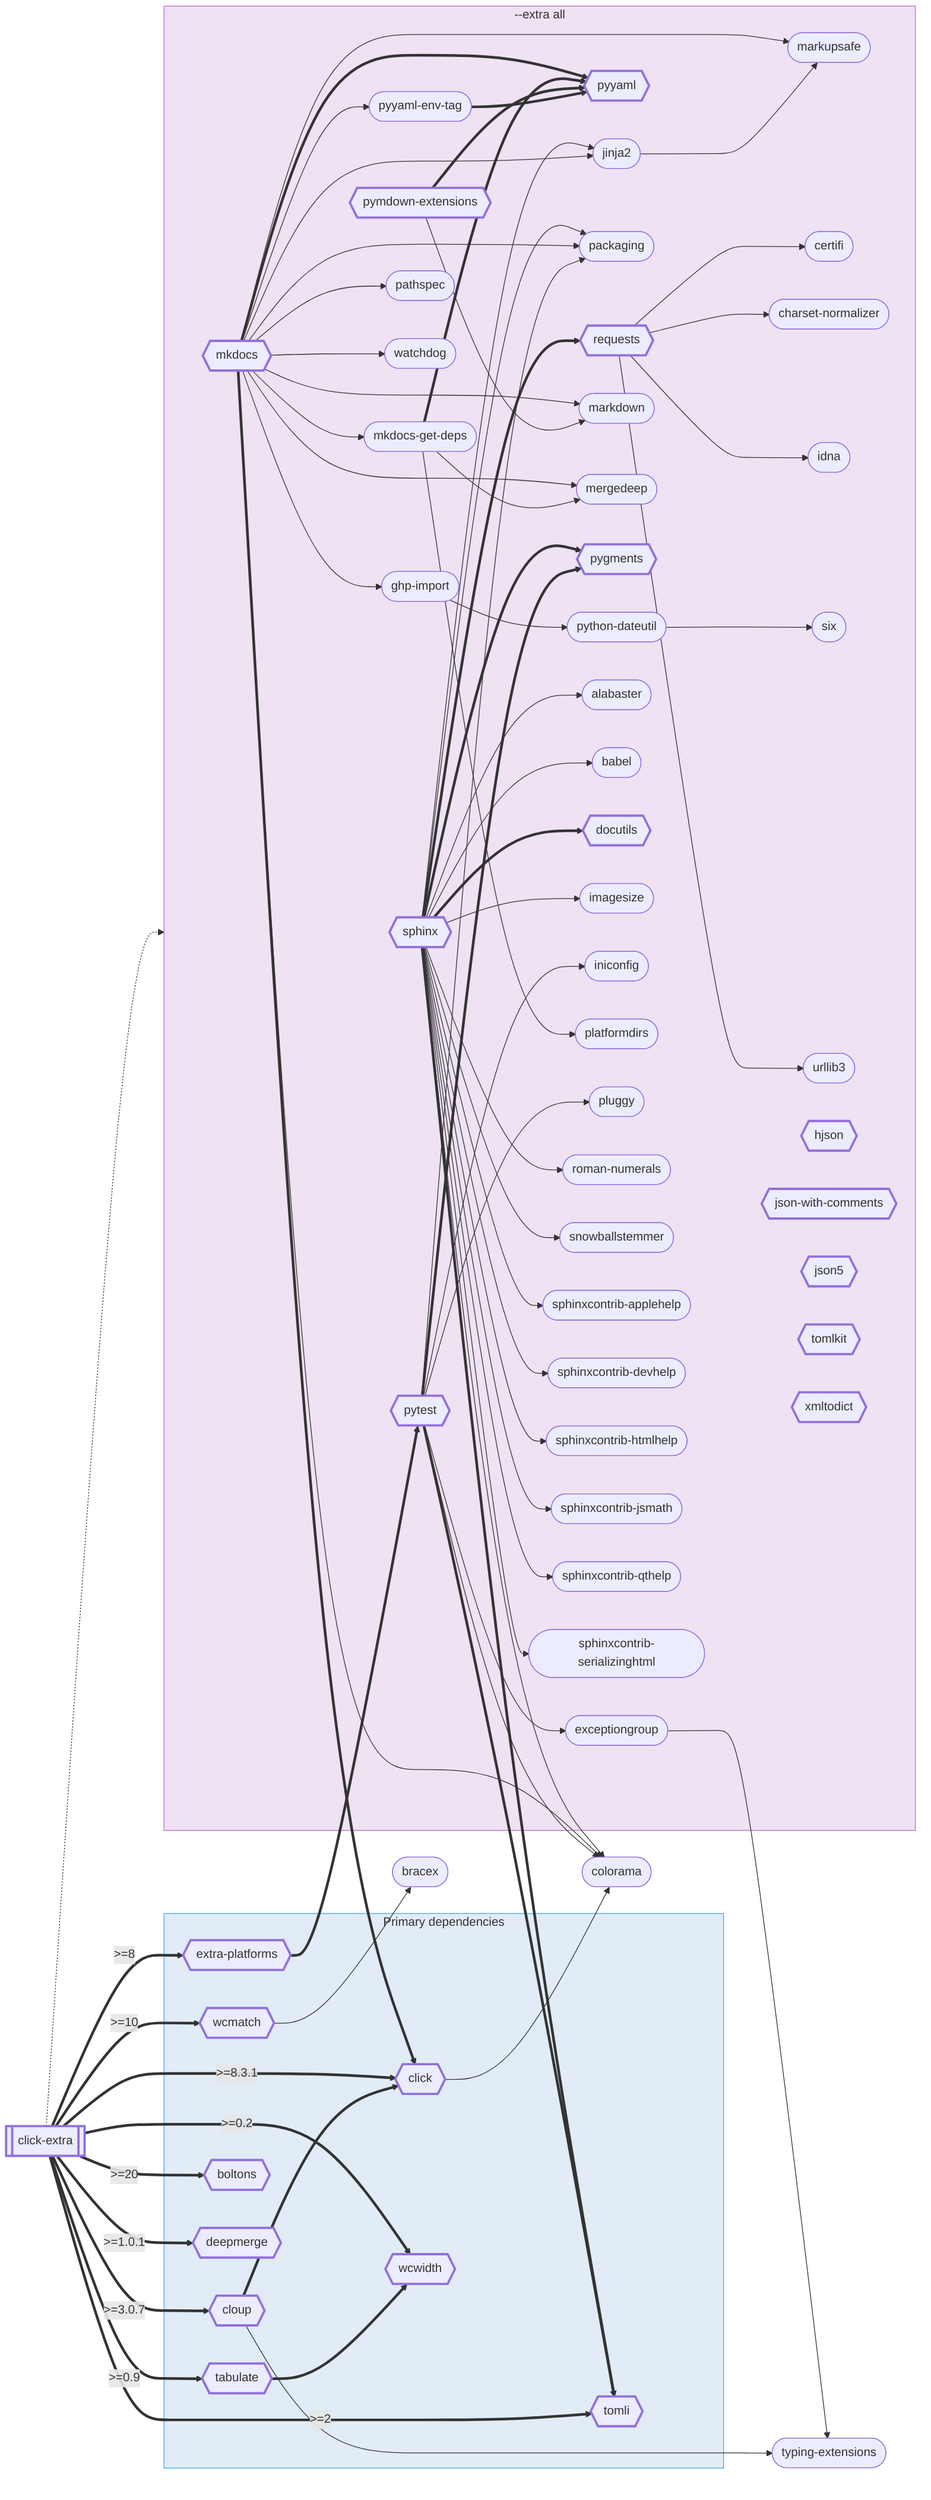
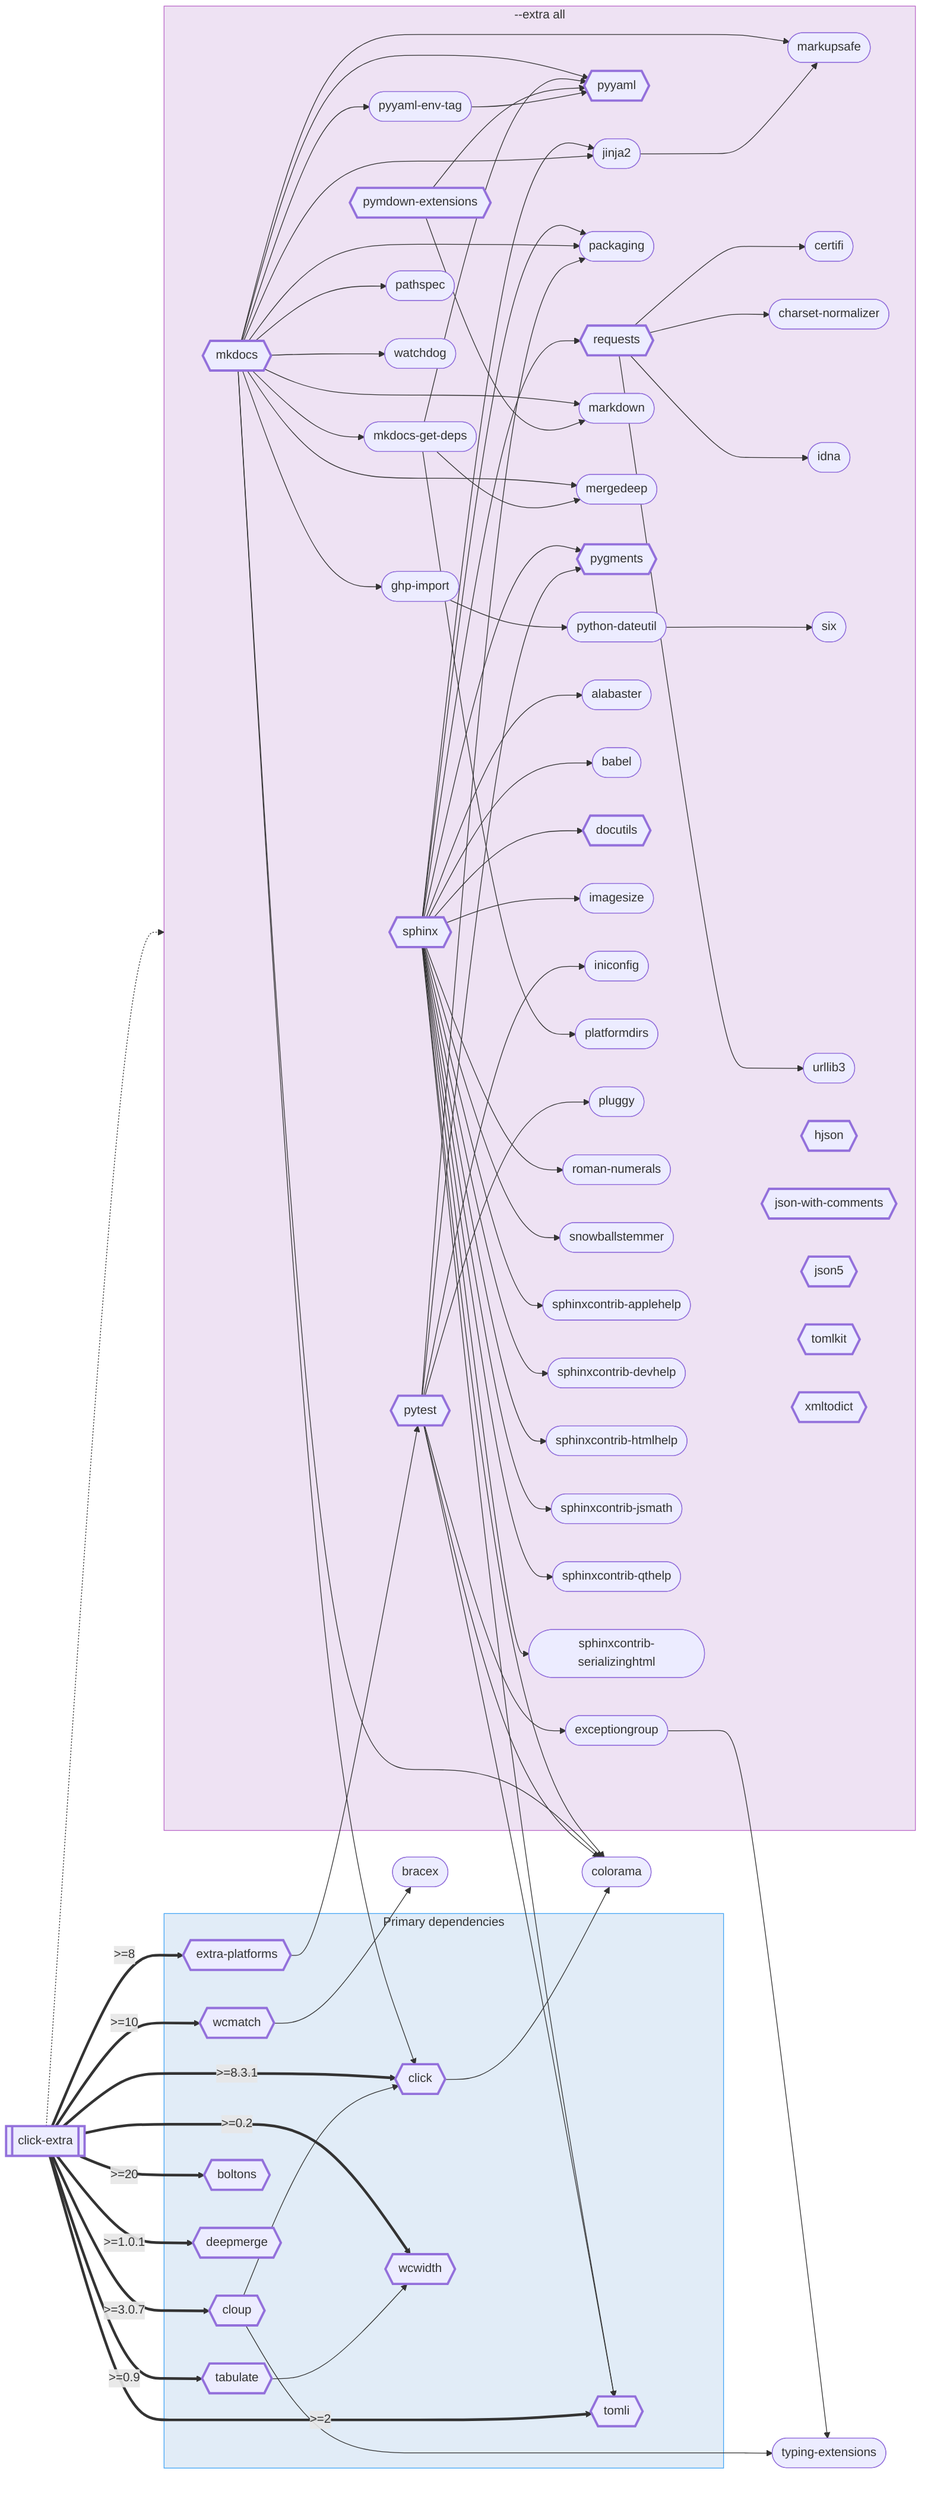
flowchart LR
    click_extra[["`click-extra`"]]

    subgraph primary-deps [Primary dependencies]
        extra_platforms{{"`extra-platforms`"}}
        cloup{{"`cloup`"}}
        click_0{{"`click`"}}
        tabulate{{"`tabulate`"}}
        wcmatch{{"`wcmatch`"}}
        tomli{{"`tomli`"}}
        wcwidth{{"`wcwidth`"}}
        boltons{{"`boltons`"}}
        deepmerge{{"`deepmerge`"}}
    end

    colorama(["`colorama`"])
    typing_extensions(["`typing-extensions`"])
    bracex(["`bracex`"])

    subgraph ext_all [--extra all]
        sphinx{{"`sphinx`"}}
        mkdocs{{"`mkdocs`"}}
        pytest{{"`pytest`"}}
        requests{{"`requests`"}}
        mkdocs_get_deps(["`mkdocs-get-deps`"])
        pyyaml{{"`pyyaml`"}}
        jinja2(["`jinja2`"])
        packaging(["`packaging`"])
        exceptiongroup(["`exceptiongroup`"])
        ghp_import(["`ghp-import`"])
        markdown(["`markdown`"])
        markupsafe(["`markupsafe`"])
        mergedeep(["`mergedeep`"])
        pygments{{"`pygments`"}}
        pymdown_extensions{{"`pymdown-extensions`"}}
        python_dateutil(["`python-dateutil`"])
        pyyaml_env_tag(["`pyyaml-env-tag`"])
        alabaster(["`alabaster`"])
        babel(["`babel`"])
        certifi(["`certifi`"])
        charset_normalizer(["`charset-normalizer`"])
        docutils{{"`docutils`"}}
        idna(["`idna`"])
        imagesize(["`imagesize`"])
        iniconfig(["`iniconfig`"])
        pathspec(["`pathspec`"])
        platformdirs(["`platformdirs`"])
        pluggy(["`pluggy`"])
        roman_numerals(["`roman-numerals`"])
        six(["`six`"])
        snowballstemmer(["`snowballstemmer`"])
        sphinxcontrib_applehelp(["`sphinxcontrib-applehelp`"])
        sphinxcontrib_devhelp(["`sphinxcontrib-devhelp`"])
        sphinxcontrib_htmlhelp(["`sphinxcontrib-htmlhelp`"])
        sphinxcontrib_jsmath(["`sphinxcontrib-jsmath`"])
        sphinxcontrib_qthelp(["`sphinxcontrib-qthelp`"])
        sphinxcontrib_serializinghtml(["`sphinxcontrib-serializinghtml`"])
        urllib3(["`urllib3`"])
        watchdog(["`watchdog`"])
        hjson{{"`hjson`"}}
        json_with_comments{{"`json-with-comments`"}}
        json5{{"`json5`"}}
        tomlkit{{"`tomlkit`"}}
        xmltodict{{"`xmltodict`"}}
    end

    click_extra ==>|" >=8.3.1 "| click_0
    click_extra ==>|" >=3.0.7 "| cloup
    click_extra ==>|" >=2 "| tomli
    click_extra ==>|" >=8 "| extra_platforms
    click_extra ==>|" >=0.9 "| tabulate
    click_extra ==>|" >=10 "| wcmatch
    click_extra ==>|" >=0.2 "| wcwidth
    click_extra ==>|" >=20 "| boltons
    click_extra ==>|" >=1.0.1 "| deepmerge
-     sphinx ==> requests
+     sphinx --> requests
    sphinx --> colorama
    sphinx --> jinja2
    sphinx --> packaging
-     sphinx ==> pygments
-     sphinx ==> tomli
+     sphinx --> pygments
+     sphinx --> tomli
    sphinx --> alabaster
    sphinx --> babel
-     sphinx ==> docutils
+     sphinx --> docutils
    sphinx --> imagesize
    sphinx --> roman_numerals
    sphinx --> snowballstemmer
    sphinx --> sphinxcontrib_applehelp
    sphinx --> sphinxcontrib_devhelp
    sphinx --> sphinxcontrib_htmlhelp
    sphinx --> sphinxcontrib_jsmath
    sphinx --> sphinxcontrib_qthelp
    sphinx --> sphinxcontrib_serializinghtml
    mkdocs --> mkdocs_get_deps
-     mkdocs ==> pyyaml
-     mkdocs ==> click_0
+     mkdocs --> pyyaml
+     mkdocs --> click_0
    mkdocs --> colorama
    mkdocs --> jinja2
    mkdocs --> packaging
    mkdocs --> ghp_import
    mkdocs --> markdown
    mkdocs --> markupsafe
    mkdocs --> mergedeep
    mkdocs --> pyyaml_env_tag
    mkdocs --> pathspec
    mkdocs --> watchdog
    pytest --> colorama
    pytest --> packaging
    pytest --> exceptiongroup
-     pytest ==> pygments
-     pytest ==> tomli
+     pytest --> pygments
+     pytest --> tomli
    pytest --> iniconfig
    pytest --> pluggy
    requests --> certifi
    requests --> charset_normalizer
    requests --> idna
    requests --> urllib3
-     mkdocs_get_deps ==> pyyaml
+     mkdocs_get_deps --> pyyaml
    mkdocs_get_deps --> mergedeep
    mkdocs_get_deps --> platformdirs
    click_0 --> colorama
    jinja2 --> markupsafe
-     cloup ==> click_0
+     cloup --> click_0
    cloup --> typing_extensions
    exceptiongroup --> typing_extensions
    ghp_import --> python_dateutil
-     pymdown_extensions ==> pyyaml
+     pymdown_extensions --> pyyaml
    pymdown_extensions --> markdown
    python_dateutil --> six
-     pyyaml_env_tag ==> pyyaml
-     extra_platforms ==> pytest
-     tabulate ==> wcwidth
+     pyyaml_env_tag --> pyyaml
+     extra_platforms --> pytest
+     tabulate --> wcwidth
    wcmatch --> bracex
    click_extra -.-> ext_all

    click alabaster "https://pypi.org/project/alabaster/" _blank
    click babel "https://pypi.org/project/babel/" _blank
    click boltons "https://pypi.org/project/boltons/" _blank
    click bracex "https://pypi.org/project/bracex/" _blank
    click certifi "https://pypi.org/project/certifi/" _blank
    click charset_normalizer "https://pypi.org/project/charset-normalizer/" _blank
    click click_0 "https://pypi.org/project/click/" _blank
    click click_extra "https://pypi.org/project/click-extra/" _blank
    click cloup "https://pypi.org/project/cloup/" _blank
    click colorama "https://pypi.org/project/colorama/" _blank
    click deepmerge "https://pypi.org/project/deepmerge/" _blank
    click docutils "https://pypi.org/project/docutils/" _blank
    click exceptiongroup "https://pypi.org/project/exceptiongroup/" _blank
    click extra_platforms "https://pypi.org/project/extra-platforms/" _blank
    click ghp_import "https://pypi.org/project/ghp-import/" _blank
    click hjson "https://pypi.org/project/hjson/" _blank
    click idna "https://pypi.org/project/idna/" _blank
    click imagesize "https://pypi.org/project/imagesize/" _blank
    click iniconfig "https://pypi.org/project/iniconfig/" _blank
    click jinja2 "https://pypi.org/project/jinja2/" _blank
    click json_with_comments "https://pypi.org/project/json-with-comments/" _blank
    click json5 "https://pypi.org/project/json5/" _blank
    click markdown "https://pypi.org/project/markdown/" _blank
    click markupsafe "https://pypi.org/project/markupsafe/" _blank
    click mergedeep "https://pypi.org/project/mergedeep/" _blank
    click mkdocs "https://pypi.org/project/mkdocs/" _blank
    click mkdocs_get_deps "https://pypi.org/project/mkdocs-get-deps/" _blank
    click packaging "https://pypi.org/project/packaging/" _blank
    click pathspec "https://pypi.org/project/pathspec/" _blank
    click platformdirs "https://pypi.org/project/platformdirs/" _blank
    click pluggy "https://pypi.org/project/pluggy/" _blank
    click pygments "https://pypi.org/project/pygments/" _blank
    click pymdown_extensions "https://pypi.org/project/pymdown-extensions/" _blank
    click pytest "https://pypi.org/project/pytest/" _blank
    click python_dateutil "https://pypi.org/project/python-dateutil/" _blank
    click pyyaml "https://pypi.org/project/pyyaml/" _blank
    click pyyaml_env_tag "https://pypi.org/project/pyyaml-env-tag/" _blank
    click requests "https://pypi.org/project/requests/" _blank
    click roman_numerals "https://pypi.org/project/roman-numerals/" _blank
    click six "https://pypi.org/project/six/" _blank
    click snowballstemmer "https://pypi.org/project/snowballstemmer/" _blank
    click sphinx "https://pypi.org/project/sphinx/" _blank
    click sphinxcontrib_applehelp "https://pypi.org/project/sphinxcontrib-applehelp/" _blank
    click sphinxcontrib_devhelp "https://pypi.org/project/sphinxcontrib-devhelp/" _blank
    click sphinxcontrib_htmlhelp "https://pypi.org/project/sphinxcontrib-htmlhelp/" _blank
    click sphinxcontrib_jsmath "https://pypi.org/project/sphinxcontrib-jsmath/" _blank
    click sphinxcontrib_qthelp "https://pypi.org/project/sphinxcontrib-qthelp/" _blank
    click sphinxcontrib_serializinghtml "https://pypi.org/project/sphinxcontrib-serializinghtml/" _blank
    click tabulate "https://pypi.org/project/tabulate/" _blank
    click tomli "https://pypi.org/project/tomli/" _blank
    click tomlkit "https://pypi.org/project/tomlkit/" _blank
    click typing_extensions "https://pypi.org/project/typing-extensions/" _blank
    click urllib3 "https://pypi.org/project/urllib3/" _blank
    click watchdog "https://pypi.org/project/watchdog/" _blank
    click wcmatch "https://pypi.org/project/wcmatch/" _blank
    click wcwidth "https://pypi.org/project/wcwidth/" _blank
    click xmltodict "https://pypi.org/project/xmltodict/" _blank

    style click_extra stroke-width:3px
    style boltons stroke-width:3px
    style click_0 stroke-width:3px
    style click_extra stroke-width:3px
    style cloup stroke-width:3px
    style deepmerge stroke-width:3px
    style docutils stroke-width:3px
    style extra_platforms stroke-width:3px
    style hjson stroke-width:3px
    style json_with_comments stroke-width:3px
    style json5 stroke-width:3px
    style mkdocs stroke-width:3px
    style pygments stroke-width:3px
    style pymdown_extensions stroke-width:3px
    style pytest stroke-width:3px
    style pyyaml stroke-width:3px
    style requests stroke-width:3px
    style sphinx stroke-width:3px
    style tabulate stroke-width:3px
    style tomli stroke-width:3px
    style tomlkit stroke-width:3px
    style wcmatch stroke-width:3px
    style wcwidth stroke-width:3px
    style xmltodict stroke-width:3px

    style primary-deps fill:#1565C020,stroke:#42A5F5
    style ext_all fill:#7B1FA220,stroke:#BA68C8
